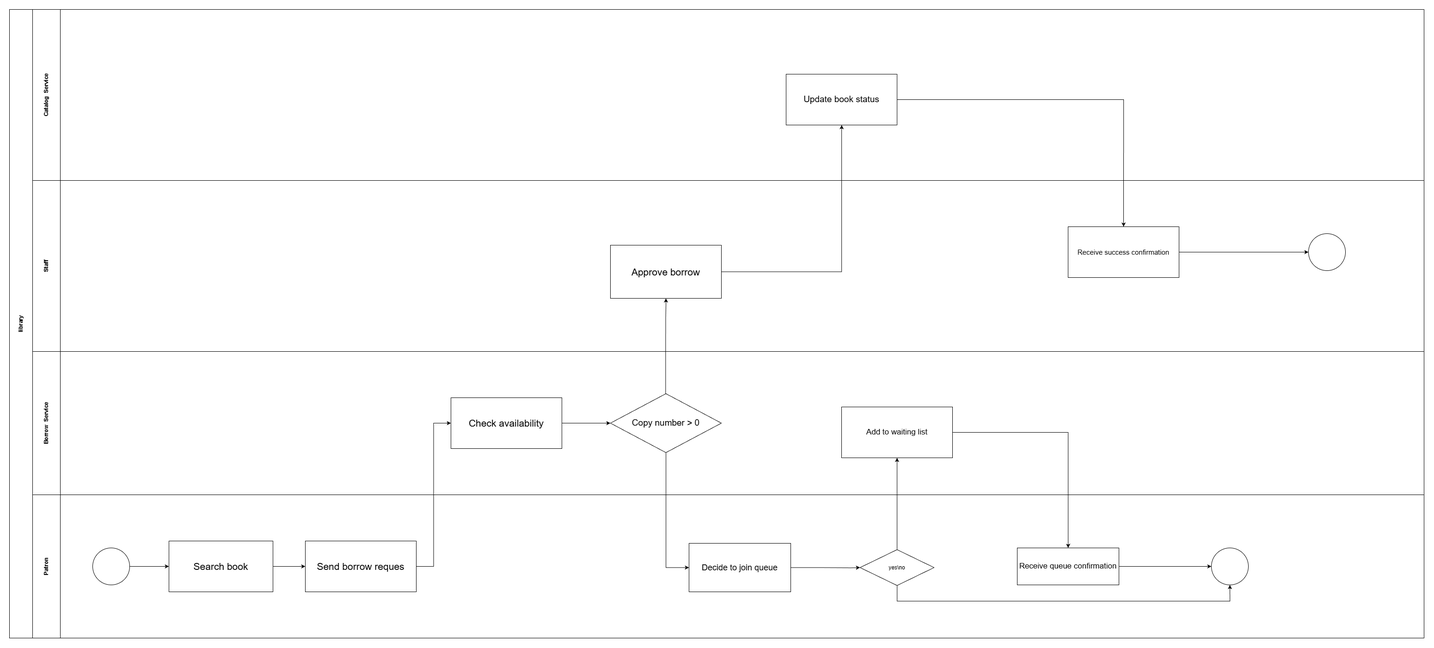
The draw.io diagram cpe/lab4/Borrow Activity.png in Shizulka/library-database, before a commit. Source tidied: cells renumbered, new cells last; positions are measured from the earlier drawing's top-left corner, leaving out a move shared by most shapes.
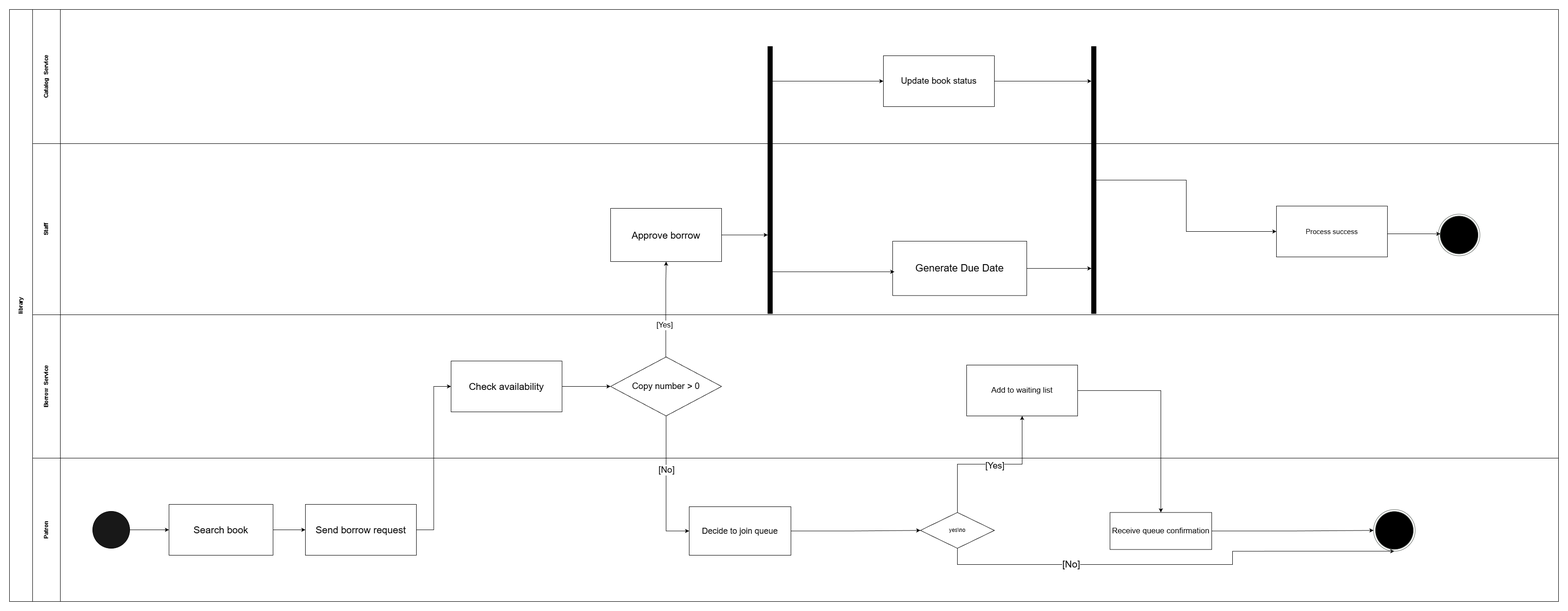
After the commit.

The edit, as a diff of the source:
```diff
@@ -3,16 +3,16 @@
     <mxCell id="0" />
     <mxCell id="1" parent="0" />
     <mxCell id="2" value="library" style="swimlane;horizontal=0;startSize=50;html=1;" parent="1" vertex="1">
-      <mxGeometry width="3060" height="1360" as="geometry" />
+      <mxGeometry width="3350" height="1280" as="geometry" />
     </mxCell>
     <mxCell id="3" value="Catalog&amp;nbsp; Service" style="swimlane;startSize=60;horizontal=0;html=1;" parent="2" vertex="1">
-      <mxGeometry x="50" width="3010" height="370" as="geometry" />
+      <mxGeometry x="50" width="3300" height="290" as="geometry" />
     </mxCell>
     <mxCell id="4" value="&lt;font style=&quot;font-size: 19px;&quot;&gt;Update book status&lt;/font&gt;" style="rounded=0;whiteSpace=wrap;html=1;" parent="3" vertex="1">
-      <mxGeometry x="1630" y="140" width="240" height="110" as="geometry" />
+      <mxGeometry x="1840" y="100" width="240" height="110" as="geometry" />
     </mxCell>
     <mxCell id="5" value="Staff" style="swimlane;startSize=60;horizontal=0;html=1;" parent="2" vertex="1">
-      <mxGeometry x="50" y="370" width="3010" height="370" as="geometry" />
+      <mxGeometry x="50" y="290" width="3300" height="370" as="geometry" />
     </mxCell>
     <mxCell id="6" value="&lt;font style=&quot;font-size: 21px;&quot;&gt;Approve borrow&lt;/font&gt;" style="rounded=0;whiteSpace=wrap;html=1;" parent="5" vertex="1">
       <mxGeometry x="1250" y="140" width="240" height="115" as="geometry" />
@@ -27,17 +27,56 @@
         </Array>
       </mxGeometry>
     </mxCell>
+    <mxCell id="35" value="&lt;font style=&quot;font-size: 16px;&quot;&gt;[Yes&lt;/font&gt;&lt;font style=&quot;font-size: 17px;&quot;&gt;]&lt;/font&gt;" style="edgeLabel;html=1;align=center;verticalAlign=middle;" parent="7" vertex="1">
+      <mxGeometry x="0.07" y="3" relative="1" as="geometry" />
+    </mxCell>
-    <mxCell id="8" value="&lt;font style=&quot;font-size: 15px;&quot;&gt;Receive success confirmation&lt;/font&gt;" style="rounded=0;whiteSpace=wrap;html=1;" parent="5" vertex="1">
-      <mxGeometry x="2240" y="100" width="240" height="110" as="geometry" />
+    <mxCell id="8" value="&lt;font style=&quot;font-size: 15px;&quot;&gt;Process success&lt;/font&gt;" style="rounded=0;whiteSpace=wrap;html=1;" parent="5" vertex="1">
+      <mxGeometry x="2690" y="135" width="240" height="110" as="geometry" />
     </mxCell>
-    <mxCell id="9" style="ellipse;whiteSpace=wrap;html=1;" parent="5" vertex="1">
-      <mxGeometry x="2760" y="115" width="80" height="80" as="geometry" />
-    </mxCell>
-    <mxCell id="10" style="edgeStyle=orthogonalEdgeStyle;rounded=0;jettySize=auto;html=1;" parent="5" edge="1" source="8" target="9">
-      <mxGeometry relative="1" as="geometry" />
+    <mxCell id="10" style="edgeStyle=orthogonalEdgeStyle;rounded=0;jettySize=auto;html=1;entryX=0.052;entryY=0.473;entryDx=0;entryDy=0;entryPerimeter=0;" parent="5" edge="1" source="8" target="36">
+      <mxGeometry relative="1" as="geometry">
+        <Array as="points">
+          <mxPoint x="2950" y="195" />
+          <mxPoint x="2950" y="195" />
+        </Array>
+      </mxGeometry>
     </mxCell>
+    <mxCell id="36" style="ellipse;html=1;shape=endState;fillColor=#000000;strokeColor=#616761;" parent="5" vertex="1">
+      <mxGeometry x="3040" y="152.5" width="90" height="90" as="geometry" />
+    </mxCell>
+    <mxCell id="37" style="edgeStyle=orthogonalEdgeStyle;rounded=0;jettySize=auto;html=1;" parent="5" edge="1" source="38" target="43">
+      <mxGeometry relative="1" as="geometry">
+        <Array as="points">
+          <mxPoint x="2260" y="270" />
+          <mxPoint x="2260" y="270" />
+        </Array>
+      </mxGeometry>
+    </mxCell>
+    <mxCell id="38" value="Generate Due Date" style="rounded=0;whiteSpace=wrap;html=1;fontSize=22;" parent="5" vertex="1">
+      <mxGeometry x="1860" y="211" width="290" height="117.5" as="geometry" />
+    </mxCell>
+    <mxCell id="39" style="edgeStyle=orthogonalEdgeStyle;rounded=0;jettySize=auto;html=1;" parent="5" edge="1" source="6" target="40">
+      <mxGeometry relative="1" as="geometry">
+        <Array as="points">
+          <mxPoint x="1570" y="198" />
+          <mxPoint x="1570" y="198" />
+        </Array>
+      </mxGeometry>
+    </mxCell>
+    <mxCell id="40" style="html=1;points=[[0,0,0,0,5],[0,1,0,0,-5],[1,0,0,0,5],[1,1,0,0,-5]];perimeter=orthogonalPerimeter;outlineConnect=0;targetShapes=umlLifeline;portConstraint=eastwest;newEdgeStyle={&quot;curved&quot;:0,&quot;rounded&quot;:0};fillColor=#000000;" parent="5" vertex="1">
+      <mxGeometry x="1590" y="-210" width="10" height="577.5" as="geometry" />
+    </mxCell>
+    <mxCell id="41" style="endArrow=classic;html=1;rounded=0;entryX=0.013;entryY=0.563;entryDx=0;entryDy=0;entryPerimeter=0;" parent="5" edge="1" source="40" target="38">
+      <mxGeometry relative="1" as="geometry" />
+    </mxCell>
+    <mxCell id="42" style="edgeStyle=orthogonalEdgeStyle;rounded=0;jettySize=auto;html=1;curved=0;entryX=0;entryY=0.5;entryDx=0;entryDy=0;" parent="5" edge="1" source="43" target="8">
+      <mxGeometry relative="1" as="geometry" />
+    </mxCell>
+    <mxCell id="43" style="html=1;points=[[0,0,0,0,5],[0,1,0,0,-5],[1,0,0,0,5],[1,1,0,0,-5]];perimeter=orthogonalPerimeter;outlineConnect=0;targetShapes=umlLifeline;portConstraint=eastwest;newEdgeStyle={&quot;curved&quot;:0,&quot;rounded&quot;:0};fillColor=#000000;" parent="5" vertex="1">
+      <mxGeometry x="2290" y="-210" width="10" height="577.5" as="geometry" />
+    </mxCell>
     <mxCell id="11" value="Borrow&amp;nbsp; Service" style="swimlane;startSize=60;horizontal=0;html=1;" parent="2" vertex="1">
-      <mxGeometry x="50" y="740" width="3010" height="310" as="geometry" />
+      <mxGeometry x="50" y="660" width="3300" height="310" as="geometry" />
     </mxCell>
     <mxCell id="12" value="&lt;font style=&quot;font-size: 21px;&quot;&gt;Check availability&lt;/font&gt;" style="rounded=0;whiteSpace=wrap;html=1;" parent="11" vertex="1">
       <mxGeometry x="905" y="100" width="240" height="110" as="geometry" />
@@ -49,18 +88,32 @@
       <mxGeometry relative="1" as="geometry" />
     </mxCell>
     <mxCell id="15" value="&lt;font style=&quot;font-size: 17px;&quot;&gt;Add to waiting list&lt;/font&gt;" style="rounded=0;whiteSpace=wrap;html=1;" parent="11" vertex="1">
-      <mxGeometry x="1750" y="120" width="240" height="110" as="geometry" />
+      <mxGeometry x="2020" y="108.8" width="240" height="110" as="geometry" />
     </mxCell>
     <mxCell id="16" style="edgeStyle=orthogonalEdgeStyle;rounded=0;jettySize=auto;html=1;entryX=0;entryY=0.5;entryDx=0;entryDy=0;" parent="2" edge="1" source="22" target="12">
       <mxGeometry relative="1" as="geometry" />
     </mxCell>
-    <mxCell id="17" style="edgeStyle=orthogonalEdgeStyle;rounded=0;jettySize=auto;html=1;" parent="2" edge="1" source="6" target="4">
-      <mxGeometry relative="1" as="geometry" />
-    </mxCell>
+    <mxCell id="31" style="edgeStyle=orthogonalEdgeStyle;rounded=0;jettySize=auto;html=1;entryX=0;entryY=0.5;entryDx=0;entryDy=0;" parent="2" edge="1" source="13" target="25">
+      <mxGeometry relative="1" as="geometry" />
+    </mxCell>
+    <mxCell id="44" value="&lt;font style=&quot;font-size: 19px;&quot;&gt;[No]&lt;/font&gt;" style="edgeLabel;html=1;align=center;verticalAlign=middle;" parent="31" vertex="1">
+      <mxGeometry x="-0.22" relative="1" as="geometry" />
+    </mxCell>
+    <mxCell id="32" style="edgeStyle=orthogonalEdgeStyle;rounded=0;jettySize=auto;html=1;entryX=0.5;entryY=1;entryDx=0;entryDy=0;" parent="2" edge="1" source="26" target="15">
+      <mxGeometry relative="1" as="geometry" />
+    </mxCell>
+    <mxCell id="45" value="&lt;font style=&quot;font-size: 19px;&quot;&gt;[Yes]&lt;/font&gt;" style="edgeLabel;html=1;align=center;verticalAlign=middle;" parent="32" vertex="1">
+      <mxGeometry x="0.06" y="-3" relative="1" as="geometry">
+        <mxPoint x="1" as="offset" />
+      </mxGeometry>
+    </mxCell>
+    <mxCell id="34" style="edgeStyle=orthogonalEdgeStyle;rounded=0;jettySize=auto;html=1;" parent="2" edge="1" source="15" target="30">
+      <mxGeometry relative="1" as="geometry" />
+    </mxCell>
     <mxCell id="18" value="Patron" style="swimlane;startSize=60;horizontal=0;html=1;" parent="2" vertex="1">
-      <mxGeometry x="50" y="1050" width="3010" height="310" as="geometry" />
+      <mxGeometry x="50" y="970" width="3300" height="310" as="geometry" />
     </mxCell>
-    <mxCell id="19" style="ellipse;whiteSpace=wrap;html=1;" parent="18" vertex="1">
+    <mxCell id="19" style="ellipse;whiteSpace=wrap;html=1;fillColor=#181818;" parent="18" vertex="1">
       <mxGeometry x="130" y="115" width="80" height="80" as="geometry" />
     </mxCell>
     <mxCell id="20" value="&lt;font style=&quot;font-size: 21px;&quot;&gt;Search book&lt;/font&gt;" style="rounded=0;whiteSpace=wrap;html=1;" parent="18" vertex="1">
@@ -74,7 +127,7 @@
         </Array>
       </mxGeometry>
     </mxCell>
-    <mxCell id="22" value="&lt;font style=&quot;font-size: 21px;&quot;&gt;Send borrow reques&lt;/font&gt;" style="rounded=0;whiteSpace=wrap;html=1;" parent="18" vertex="1">
+    <mxCell id="22" value="&lt;font style=&quot;font-size: 21px;&quot;&gt;Send borrow request&lt;/font&gt;" style="rounded=0;whiteSpace=wrap;html=1;" parent="18" vertex="1">
       <mxGeometry x="590" y="100" width="240" height="110" as="geometry" />
     </mxCell>
     <mxCell id="23" style="edgeStyle=orthogonalEdgeStyle;rounded=0;jettySize=auto;html=1;" parent="18" edge="1" source="20" target="22">
@@ -83,9 +136,8 @@
     <mxCell id="24" style="edgeStyle=orthogonalEdgeStyle;rounded=0;jettySize=auto;html=1;entryX=0;entryY=0.5;entryDx=0;entryDy=0;" parent="18" edge="1" source="25" target="26">
       <mxGeometry relative="1" as="geometry">
         <Array as="points">
-          <mxPoint x="1700" y="158" />
-          <mxPoint x="1760" y="158" />
           <mxPoint x="1770" y="158" />
+          <mxPoint x="1770" y="156" />
         </Array>
       </mxGeometry>
     </mxCell>
@@ -93,36 +145,38 @@
       <mxGeometry x="1420" y="105" width="220" height="105" as="geometry" />
     </mxCell>
     <mxCell id="26" value="yes\no" style="rhombus;whiteSpace=wrap;html=1;" parent="18" vertex="1">
-      <mxGeometry x="1790" y="118.8" width="160" height="77.5" as="geometry" />
+      <mxGeometry x="1920" y="117.5" width="160" height="77.5" as="geometry" />
     </mxCell>
-    <mxCell id="27" style="ellipse;whiteSpace=wrap;html=1;" parent="18" vertex="1">
-      <mxGeometry x="2550" y="115" width="80" height="80" as="geometry" />
-    </mxCell>
-    <mxCell id="28" style="edgeStyle=orthogonalEdgeStyle;rounded=0;jettySize=auto;html=1;entryX=0.5;entryY=1;entryDx=0;entryDy=0;" parent="18" edge="1" source="26" target="27">
+    <mxCell id="28" style="edgeStyle=orthogonalEdgeStyle;rounded=0;jettySize=auto;html=1;entryX=0.5;entryY=1;entryDx=0;entryDy=0;" parent="18" edge="1" source="26" target="48">
       <mxGeometry relative="1" as="geometry">
         <Array as="points">
-          <mxPoint x="1870" y="230" />
-          <mxPoint x="2590" y="230" />
+          <mxPoint x="2000" y="230" />
+          <mxPoint x="2595" y="230" />
         </Array>
       </mxGeometry>
     </mxCell>
-    <mxCell id="29" style="edgeStyle=orthogonalEdgeStyle;rounded=0;jettySize=auto;html=1;entryX=0;entryY=0.5;entryDx=0;entryDy=0;" parent="18" edge="1" source="30" target="27">
-      <mxGeometry relative="1" as="geometry" />
-    </mxCell>
+    <mxCell id="46" value="&lt;font style=&quot;font-size: 21px;&quot;&gt;[No]&lt;/font&gt;" style="edgeLabel;html=1;align=center;verticalAlign=middle;" parent="28" vertex="1">
+      <mxGeometry x="-0.45" y="2" relative="1" as="geometry" />
+    </mxCell>
+    <mxCell id="47" style="edgeStyle=orthogonalEdgeStyle;rounded=0;jettySize=auto;html=1;entryX=0;entryY=0.5;entryDx=0;entryDy=0;" parent="18" edge="1" source="30" target="48">
+      <mxGeometry relative="1" as="geometry" />
+    </mxCell>
     <mxCell id="30" value="&lt;font style=&quot;font-size: 17px;&quot;&gt;Receive queue confirmation&lt;/font&gt;" style="rounded=0;whiteSpace=wrap;html=1;" parent="18" vertex="1">
-      <mxGeometry x="2130" y="115" width="220" height="80" as="geometry" />
+      <mxGeometry x="2330" y="117.5" width="220" height="80" as="geometry" />
     </mxCell>
-    <mxCell id="31" style="edgeStyle=orthogonalEdgeStyle;rounded=0;jettySize=auto;html=1;entryX=0;entryY=0.5;entryDx=0;entryDy=0;" parent="2" edge="1" source="13" target="25">
-      <mxGeometry relative="1" as="geometry" />
-    </mxCell>
-    <mxCell id="32" style="edgeStyle=orthogonalEdgeStyle;rounded=0;jettySize=auto;html=1;entryX=0.5;entryY=1;entryDx=0;entryDy=0;" parent="2" edge="1" source="26" target="15">
-      <mxGeometry relative="1" as="geometry" />
-    </mxCell>
-    <mxCell id="33" style="edgeStyle=orthogonalEdgeStyle;rounded=0;jettySize=auto;html=1;entryX=0.5;entryY=0;entryDx=0;entryDy=0;" parent="2" edge="1" source="4" target="8">
-      <mxGeometry relative="1" as="geometry" />
-    </mxCell>
-    <mxCell id="34" style="edgeStyle=orthogonalEdgeStyle;rounded=0;jettySize=auto;html=1;" parent="2" edge="1" source="15" target="30">
-      <mxGeometry relative="1" as="geometry" />
-    </mxCell>
+    <mxCell id="48" style="ellipse;html=1;shape=endState;fillColor=#000000;strokeColor=#616761;" parent="18" vertex="1">
+      <mxGeometry x="2900" y="111.2" width="90" height="90" as="geometry" />
+    </mxCell>
+    <mxCell id="49" style="endArrow=classic;html=1;rounded=0;entryX=0;entryY=0.5;entryDx=0;entryDy=0;" parent="2" edge="1" source="40" target="4">
+      <mxGeometry relative="1" as="geometry" />
+    </mxCell>
+    <mxCell id="50" style="edgeStyle=orthogonalEdgeStyle;rounded=0;jettySize=auto;html=1;" parent="2" edge="1" source="4" target="43">
+      <mxGeometry relative="1" as="geometry">
+        <Array as="points">
+          <mxPoint x="2300" y="155" />
+          <mxPoint x="2300" y="155" />
+        </Array>
+      </mxGeometry>
+    </mxCell>
   </root>
 </mxGraphModel>
```
